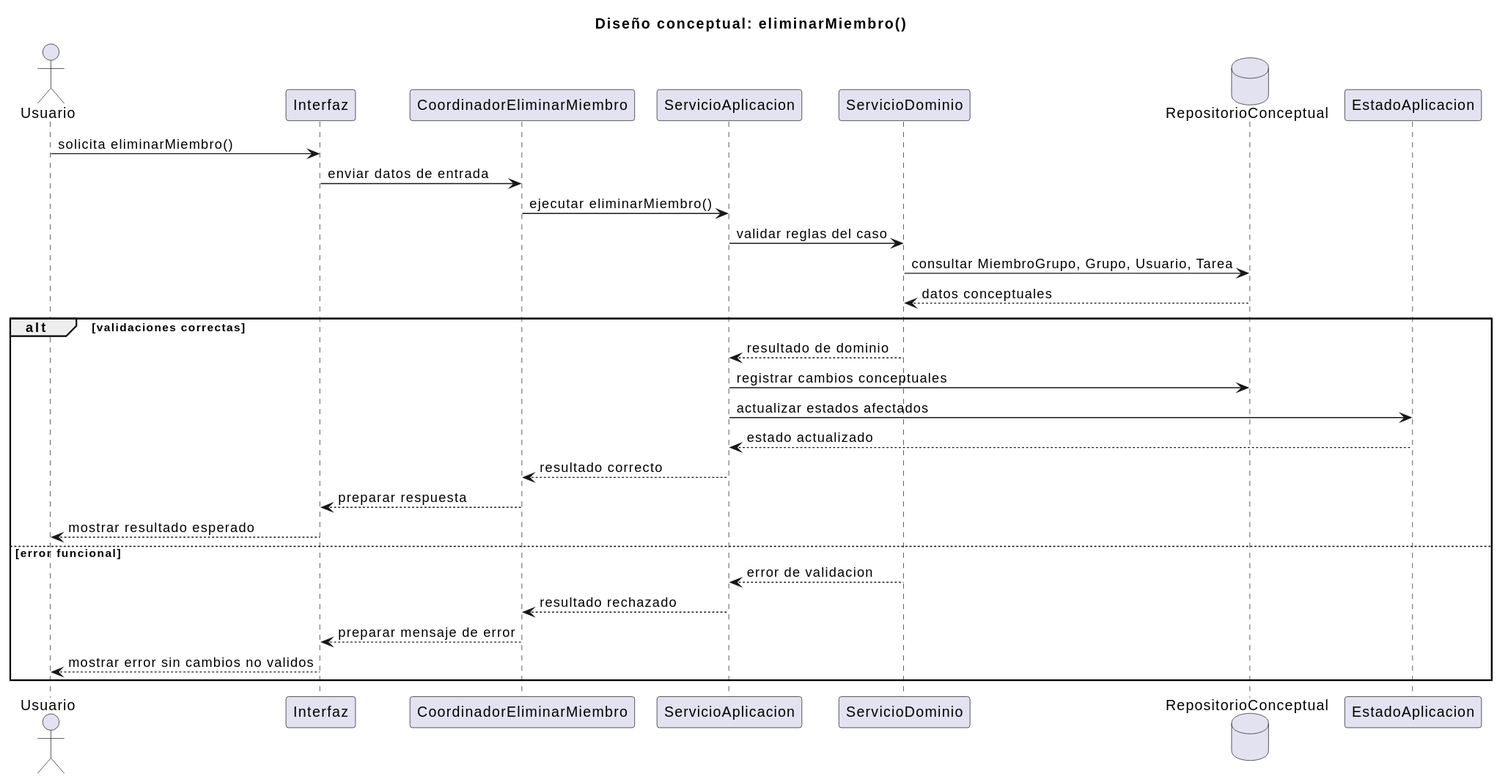
This is documents/RUP/02-diseño/casos-uso/gestion-grupos/eliminarMiembro/secuencia.svg from inigovaqueroo04/25-26-idsw2-sdVC, a PlantUML export, as it was before one commit. Its diagram source:
```plantuml
@startuml
title Diseño conceptual: eliminarMiembro()

actor "Usuario" as Usuario
participant "Interfaz" as Interfaz
participant "CoordinadorEliminarMiembro" as Coordinador
participant "ServicioAplicacion" as ServicioAplicacion
participant "ServicioDominio" as ServicioDominio
database "RepositorioConceptual" as Repositorio
participant "EstadoAplicacion" as EstadoAplicacion

Usuario -> Interfaz : solicita eliminarMiembro()
Interfaz -> Coordinador : enviar datos de entrada
Coordinador -> ServicioAplicacion : ejecutar eliminarMiembro()
ServicioAplicacion -> ServicioDominio : validar reglas del caso
ServicioDominio -> Repositorio : consultar MiembroGrupo, Grupo, Usuario, Tarea
Repositorio --> ServicioDominio : datos conceptuales

alt validaciones correctas
  ServicioDominio --> ServicioAplicacion : resultado de dominio
  ServicioAplicacion -> Repositorio : registrar cambios conceptuales
  ServicioAplicacion -> EstadoAplicacion : actualizar estados afectados
  EstadoAplicacion --> ServicioAplicacion : estado actualizado
  ServicioAplicacion --> Coordinador : resultado correcto
  Coordinador --> Interfaz : preparar respuesta
  Interfaz --> Usuario : mostrar resultado esperado
else error funcional
  ServicioDominio --> ServicioAplicacion : error de validacion
  ServicioAplicacion --> Coordinador : resultado rechazado
  Coordinador --> Interfaz : preparar mensaje de error
  Interfaz --> Usuario : mostrar error sin cambios no validos
end
@enduml
```
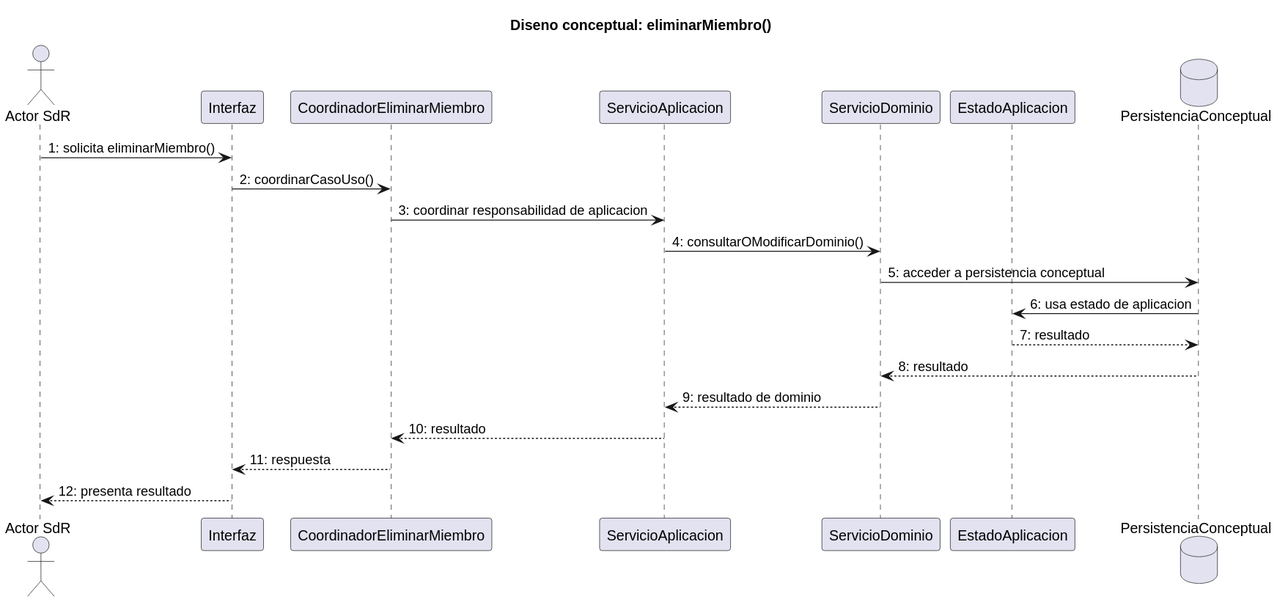
Above is the later version.

Commit message:
docs: ajustar diseno de eliminar miembro

Change to the diagram source:
```diff
@@ -1,33 +1,24 @@
 @startuml
-title Diseño conceptual: eliminarMiembro()
+title Diseno conceptual: eliminarMiembro()
 
-actor "Usuario" as Usuario
+actor "Actor SdR" as Actor
 participant "Interfaz" as Interfaz
 participant "CoordinadorEliminarMiembro" as Coordinador
 participant "ServicioAplicacion" as ServicioAplicacion
 participant "ServicioDominio" as ServicioDominio
-database "RepositorioConceptual" as Repositorio
 participant "EstadoAplicacion" as EstadoAplicacion
+database "PersistenciaConceptual" as Persistencia
 
-Usuario -> Interfaz : solicita eliminarMiembro()
-Interfaz -> Coordinador : enviar datos de entrada
-Coordinador -> ServicioAplicacion : ejecutar eliminarMiembro()
-ServicioAplicacion -> ServicioDominio : validar reglas del caso
-ServicioDominio -> Repositorio : consultar MiembroGrupo, Grupo, Usuario, Tarea
-Repositorio --> ServicioDominio : datos conceptuales
-
-alt validaciones correctas
-  ServicioDominio --> ServicioAplicacion : resultado de dominio
-  ServicioAplicacion -> Repositorio : registrar cambios conceptuales
-  ServicioAplicacion -> EstadoAplicacion : actualizar estados afectados
-  EstadoAplicacion --> ServicioAplicacion : estado actualizado
-  ServicioAplicacion --> Coordinador : resultado correcto
-  Coordinador --> Interfaz : preparar respuesta
-  Interfaz --> Usuario : mostrar resultado esperado
-else error funcional
-  ServicioDominio --> ServicioAplicacion : error de validacion
-  ServicioAplicacion --> Coordinador : resultado rechazado
-  Coordinador --> Interfaz : preparar mensaje de error
-  Interfaz --> Usuario : mostrar error sin cambios no validos
-end
+Actor -> Interfaz : 1: solicita eliminarMiembro()
+Interfaz -> Coordinador : 2: coordinarCasoUso()
+Coordinador -> ServicioAplicacion : 3: coordinar responsabilidad de aplicacion
+ServicioAplicacion -> ServicioDominio : 4: consultarOModificarDominio()
+ServicioDominio -> Persistencia : 5: acceder a persistencia conceptual
+Persistencia -> EstadoAplicacion : 6: usa estado de aplicacion
+EstadoAplicacion --> Persistencia : 7: resultado
+Persistencia --> ServicioDominio : 8: resultado
+ServicioDominio --> ServicioAplicacion : 9: resultado de dominio
+ServicioAplicacion --> Coordinador : 10: resultado
+Coordinador --> Interfaz : 11: respuesta
+Interfaz --> Actor : 12: presenta resultado
 @enduml
```
